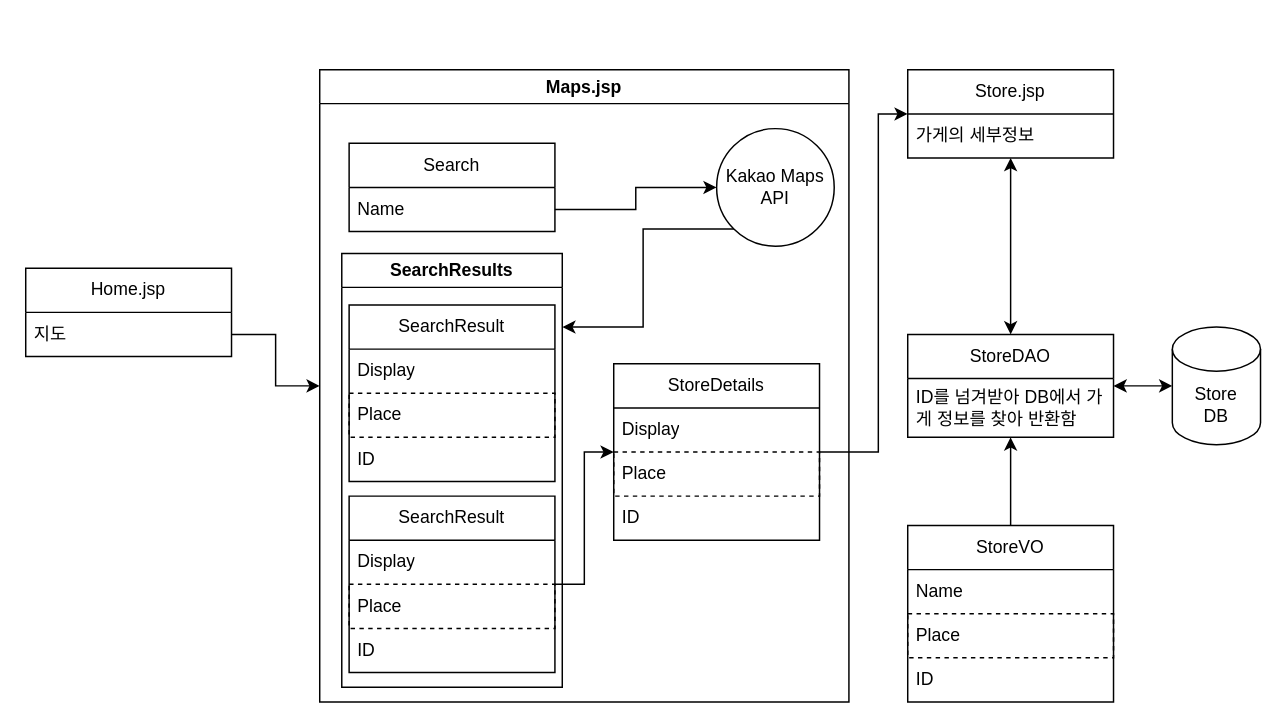
This is diagram/Maps.drawio from kr1124/DessertHub, a draw.io file, before an edit. Source tidied: cells renumbered, new cells numbered last; positions are measured from the earlier drawing's top-left corner, leaving out a move shared by most shapes. Both pictures are drawn from the tidied source at 147%, with x=0, y=0 at pixel (25, 69).
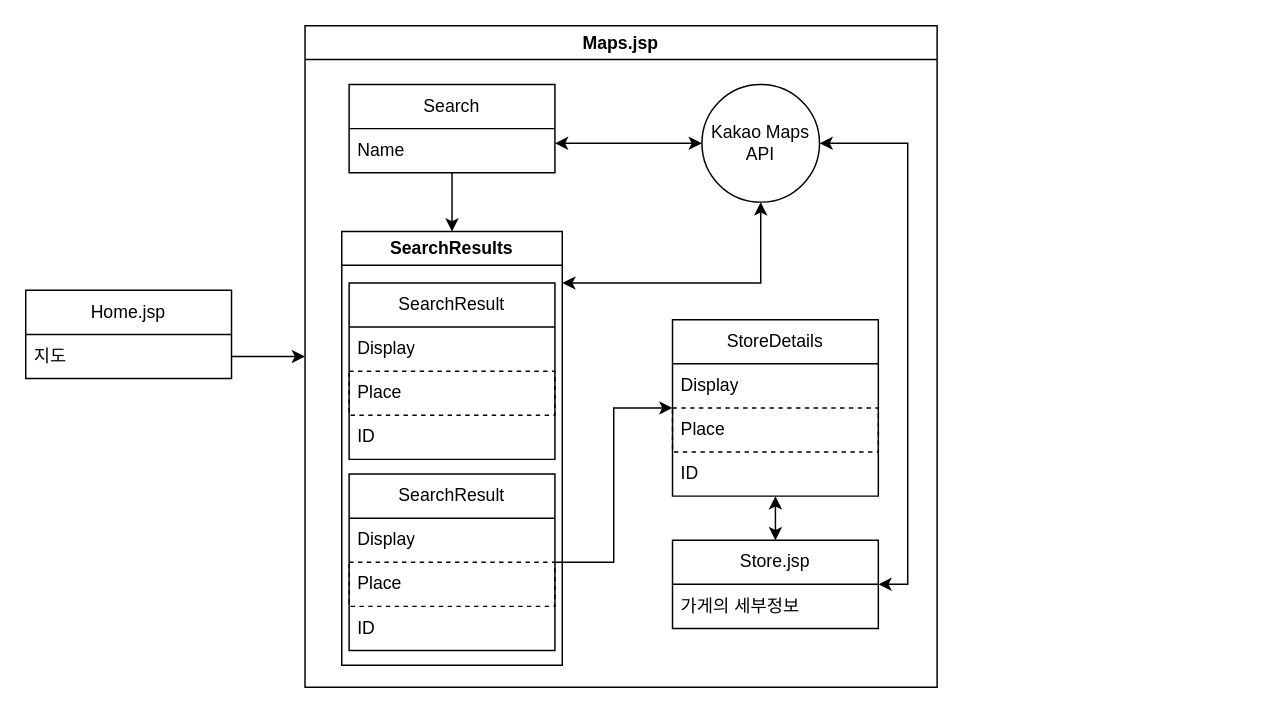
After the change.

Unchanged cells that the change refers to:
```xml
<mxCell id="3" value="지도" style="text;strokeColor=none;fillColor=none;align=left;verticalAlign=middle;spacingLeft=4;spacingRight=4;overflow=hidden;points=[[0,0.5],[1,0.5]];portConstraint=eastwest;whiteSpace=wrap;html=1;" parent="2" vertex="1">
  <mxGeometry y="30" width="140" height="30" as="geometry" />
</mxCell>
<mxCell id="15" value="&lt;div&gt;Kakao Maps&lt;/div&gt;&lt;div&gt;API&lt;br&gt;&lt;/div&gt;" style="ellipse;whiteSpace=wrap;html=1;" parent="13" vertex="1">
  <mxGeometry x="270" y="40" width="80" height="80" as="geometry" />
</mxCell>
<mxCell id="17" value="Name" style="text;strokeColor=none;fillColor=none;align=left;verticalAlign=middle;spacingLeft=4;spacingRight=4;overflow=hidden;points=[[0,0.5],[1,0.5]];portConstraint=eastwest;whiteSpace=wrap;html=1;" parent="16" vertex="1">
  <mxGeometry y="30" width="140" height="30" as="geometry" />
</mxCell>
<mxCell id="35" value="가게의 세부정보" style="text;strokeColor=none;fillColor=none;align=left;verticalAlign=middle;spacingLeft=4;spacingRight=4;overflow=hidden;points=[[0,0.5],[1,0.5]];portConstraint=eastwest;whiteSpace=wrap;html=1;" parent="34" vertex="1">
  <mxGeometry y="30" width="140" height="30" as="geometry" />
</mxCell>
```

What changed in the source:
```diff
@@
     <mxCell id="2" value="&lt;div&gt;Home.jsp&lt;/div&gt;" style="swimlane;fontStyle=0;horizontal=1;startSize=30;whiteSpace=wrap;html=1;" parent="1" vertex="1">
-      <mxGeometry y="135" width="140" height="60" as="geometry" />
+      <mxGeometry y="150" width="140" height="60" as="geometry" />
     </mxCell>
@@
-    <mxCell id="4" style="edgeStyle=orthogonalEdgeStyle;rounded=0;jettySize=auto;html=1;" parent="1" edge="1" source="5" target="10">
-      <mxGeometry relative="1" as="geometry" />
-    </mxCell>
-    <mxCell id="5" value="StoreVO" style="swimlane;fontStyle=0;horizontal=1;startSize=30;whiteSpace=wrap;html=1;" parent="1" vertex="1">
-      <mxGeometry x="600" y="310" width="140" height="120" as="geometry" />
-    </mxCell>
-    <mxCell id="6" value="Name" style="text;strokeColor=none;fillColor=none;align=left;verticalAlign=middle;spacingLeft=4;spacingRight=4;overflow=hidden;whiteSpace=wrap;html=1;" parent="5" vertex="1">
-      <mxGeometry y="30" width="140" height="30" as="geometry" />
-    </mxCell>
-    <mxCell id="7" value="Place" style="text;strokeColor=default;fillColor=none;align=left;verticalAlign=middle;spacingLeft=4;spacingRight=4;overflow=hidden;whiteSpace=wrap;html=1;dashed=1;" parent="5" vertex="1">
-      <mxGeometry y="60" width="140" height="30" as="geometry" />
-    </mxCell>
-    <mxCell id="8" value="ID" style="text;strokeColor=none;fillColor=none;align=left;verticalAlign=middle;spacingLeft=4;spacingRight=4;overflow=hidden;whiteSpace=wrap;html=1;" parent="5" vertex="1">
-      <mxGeometry y="90" width="140" height="30" as="geometry" />
-    </mxCell>
-    <mxCell id="9" style="edgeStyle=orthogonalEdgeStyle;rounded=0;jettySize=auto;html=1;startArrow=classic;startFill=1;" parent="1" edge="1" source="10" target="12">
-      <mxGeometry relative="1" as="geometry" />
-    </mxCell>
-    <mxCell id="10" value="StoreDAO" style="swimlane;fontStyle=0;horizontal=1;startSize=30;whiteSpace=wrap;html=1;" parent="1" vertex="1">
-      <mxGeometry x="600" y="180" width="140" height="70" as="geometry" />
-    </mxCell>
-    <mxCell id="11" value="ID를 넘겨받아 DB에서 가게 정보를 찾아 반환함" style="text;strokeColor=none;fillColor=none;align=left;verticalAlign=middle;spacingLeft=4;spacingRight=4;overflow=hidden;whiteSpace=wrap;html=1;" parent="10" vertex="1">
-      <mxGeometry y="30" width="140" height="40" as="geometry" />
-    </mxCell>
-    <mxCell id="12" value="&lt;div&gt;Store&lt;/div&gt;&lt;div&gt;DB&lt;br&gt;&lt;/div&gt;" style="shape=cylinder3;whiteSpace=wrap;html=1;boundedLbl=1;backgroundOutline=1;size=15;" parent="1" vertex="1">
-      <mxGeometry x="780" y="175" width="60" height="80" as="geometry" />
-    </mxCell>
     <mxCell id="13" value="&lt;div&gt;Maps.jsp&lt;/div&gt;" style="swimlane;whiteSpace=wrap;html=1;" parent="1" vertex="1">
-      <mxGeometry x="200" width="360" height="430" as="geometry" />
+      <mxGeometry x="190" y="-30" width="430" height="450" as="geometry" />
     </mxCell>
-    <mxCell id="14" style="edgeStyle=orthogonalEdgeStyle;rounded=0;jettySize=auto;html=1;exitX=0;exitY=1;exitDx=0;exitDy=0;" parent="13" edge="1" source="15" target="19">
+    <mxCell id="14" style="edgeStyle=orthogonalEdgeStyle;rounded=0;jettySize=auto;html=1;startArrow=classic;startFill=1;" parent="13" edge="1" source="15" target="19">
       <mxGeometry relative="1" as="geometry">
         <Array as="points">
-          <mxPoint x="220" y="108" />
-          <mxPoint x="220" y="175" />
+          <mxPoint x="310" y="175" />
         </Array>
       </mxGeometry>
     </mxCell>
@@
+    <mxCell id="38" style="edgeStyle=orthogonalEdgeStyle;rounded=0;html=1;startArrow=none;startFill=0;" parent="13" edge="1" source="16" target="19">
+      <mxGeometry relative="1" as="geometry" />
+    </mxCell>
     <mxCell id="16" value="Search" style="swimlane;fontStyle=0;horizontal=1;startSize=30;whiteSpace=wrap;html=1;" parent="13" vertex="1">
-      <mxGeometry x="20" y="50" width="140" height="60" as="geometry" />
+      <mxGeometry x="30" y="40" width="140" height="60" as="geometry" />
     </mxCell>
@@
-    <mxCell id="18" style="edgeStyle=orthogonalEdgeStyle;rounded=0;jettySize=auto;html=1;startArrow=none;startFill=0;" parent="13" edge="1" source="17" target="15">
-      <mxGeometry relative="1" as="geometry" />
+    <mxCell id="18" style="edgeStyle=orthogonalEdgeStyle;rounded=0;jettySize=auto;html=1;startArrow=classic;startFill=1;" parent="13" edge="1" source="17" target="15">
+      <mxGeometry relative="1" as="geometry">
+        <Array as="points">
+          <mxPoint x="190" y="80" />
+          <mxPoint x="190" y="80" />
+        </Array>
+      </mxGeometry>
     </mxCell>
     <mxCell id="19" value="SearchResults" style="swimlane;whiteSpace=wrap;html=1;" parent="13" vertex="1">
-      <mxGeometry x="15" y="125" width="150" height="295" as="geometry" />
+      <mxGeometry x="25" y="140" width="150" height="295" as="geometry" />
     </mxCell>
@@
     <mxCell id="28" value="StoreDetails" style="swimlane;fontStyle=0;horizontal=1;startSize=30;whiteSpace=wrap;html=1;" parent="13" vertex="1">
-      <mxGeometry x="200" y="200" width="140" height="120" as="geometry" />
+      <mxGeometry x="250" y="200" width="140" height="120" as="geometry" />
     </mxCell>
@@
-    <mxCell id="33" style="edgeStyle=orthogonalEdgeStyle;rounded=0;jettySize=auto;html=1;" parent="1" edge="1" source="3" target="13">
-      <mxGeometry relative="1" as="geometry" />
-    </mxCell>
+    <mxCell id="39" style="edgeStyle=orthogonalEdgeStyle;html=1;rounded=0;startArrow=classic;startFill=1;" parent="13" edge="1" source="34" target="15">
+      <mxGeometry relative="1" as="geometry">
+        <Array as="points">
+          <mxPoint x="410" y="380" />
+          <mxPoint x="410" y="80" />
+        </Array>
+      </mxGeometry>
+    </mxCell>
-    <mxCell id="34" value="Store.jsp" style="swimlane;fontStyle=0;horizontal=1;startSize=30;whiteSpace=wrap;html=1;" parent="1" vertex="1">
-      <mxGeometry x="600" width="140" height="60" as="geometry" />
+    <mxCell id="34" value="Store.jsp" style="swimlane;fontStyle=0;horizontal=1;startSize=30;whiteSpace=wrap;html=1;" parent="13" vertex="1">
+      <mxGeometry x="250" y="350" width="140" height="60" as="geometry" />
     </mxCell>
@@
-    <mxCell id="36" style="edgeStyle=orthogonalEdgeStyle;rounded=0;jettySize=auto;html=1;" parent="1" edge="1" source="28" target="34">
+    <mxCell id="36" style="edgeStyle=orthogonalEdgeStyle;rounded=0;jettySize=auto;html=1;startArrow=classic;startFill=1;" parent="13" edge="1" source="28" target="34">
       <mxGeometry relative="1" as="geometry">
         <Array as="points">
-          <mxPoint x="580" y="260" />
-          <mxPoint x="580" y="30" />
+          <mxPoint x="320" y="330" />
+          <mxPoint x="320" y="330" />
         </Array>
       </mxGeometry>
     </mxCell>
-    <mxCell id="37" style="edgeStyle=orthogonalEdgeStyle;rounded=0;jettySize=auto;html=1;startArrow=classic;startFill=1;" parent="1" edge="1" source="35" target="10">
-      <mxGeometry relative="1" as="geometry">
-        <Array as="points">
-          <mxPoint x="670" y="100" />
-          <mxPoint x="670" y="100" />
-        </Array>
-      </mxGeometry>
-    </mxCell>
+    <mxCell id="33" style="edgeStyle=orthogonalEdgeStyle;rounded=0;jettySize=auto;html=1;" parent="1" edge="1" source="3" target="13">
+      <mxGeometry relative="1" as="geometry" />
+    </mxCell>
```
